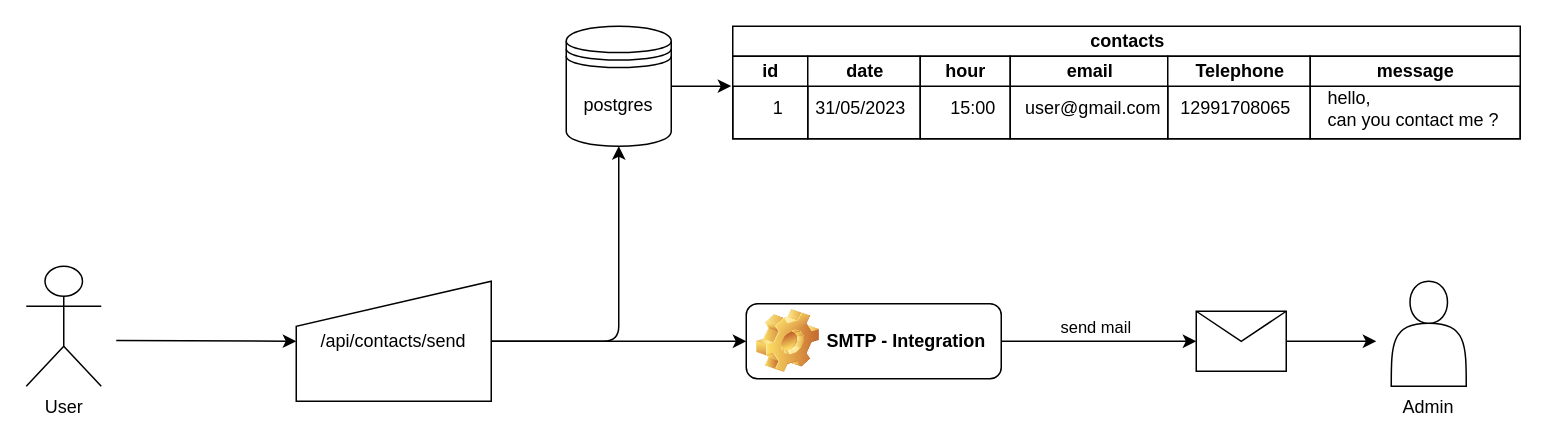
Jose-cyber/contacts-api keeps this draw.io diagram as docs/fluxograma.drawio. Above is the earlier version. Source tidied: cells renumbered, new cells numbered last; positions are measured from the earlier drawing's top-left corner, leaving out a move shared by most shapes. Both pictures are drawn from the tidied source at 150%, with x=0, y=0 at pixel (26, 26).
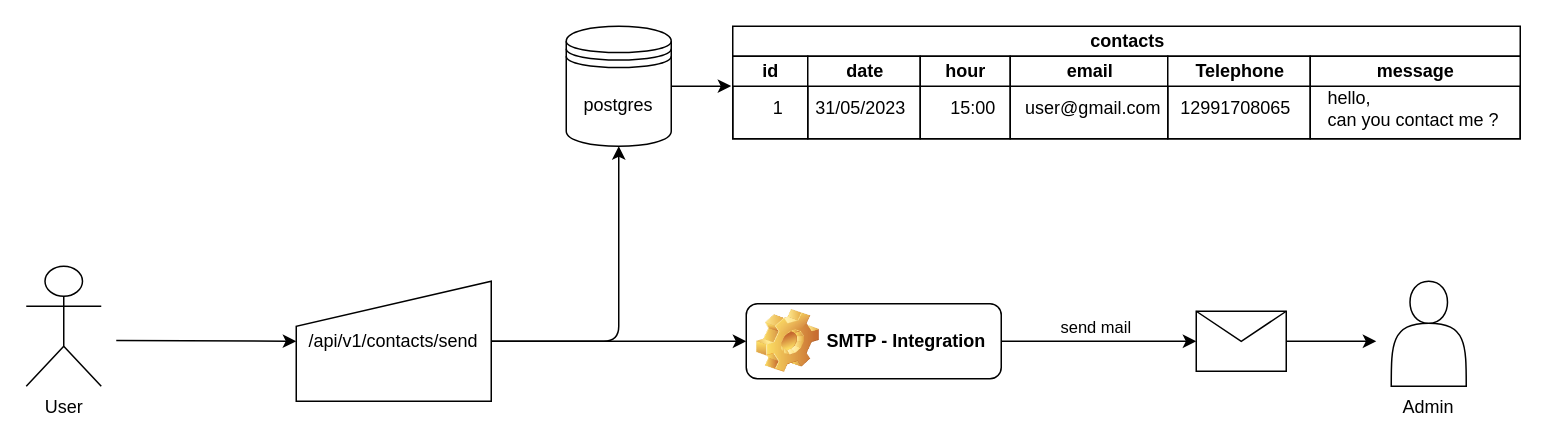
The same page after the edit.

What changed in the source:
```diff
@@
-    <mxCell id="8" value="/api/contacts/send" style="shape=manualInput;whiteSpace=wrap;html=1;" parent="1" vertex="1">
+    <mxCell id="8" value="/api/v1/contacts/send" style="shape=manualInput;whiteSpace=wrap;html=1;" parent="1" vertex="1">
       <mxGeometry x="180" y="170" width="130" height="80" as="geometry" />
     </mxCell>
```
